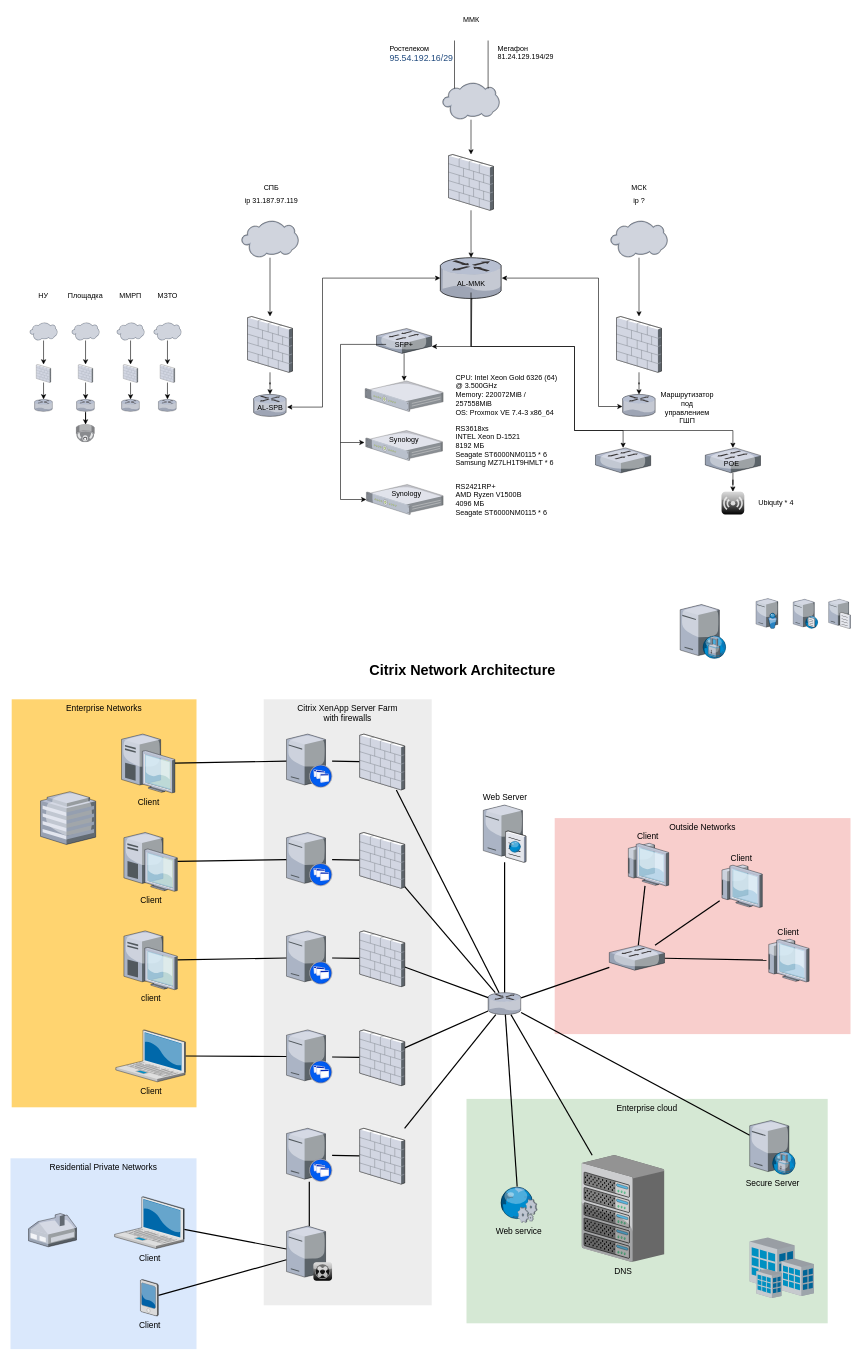
cmdrJaponamat/Stolyarovs_taskbook keeps this draw.io diagram as Диаграмма без названия.drawio. Above is the earlier version. Source tidied: cells renumbered, new cells numbered last; positions are measured from the earlier drawing's top-left corner, leaving out a move shared by most shapes. Both pictures are drawn from the tidied source at 60%, with x=0, y=0 at pixel (10, 10).
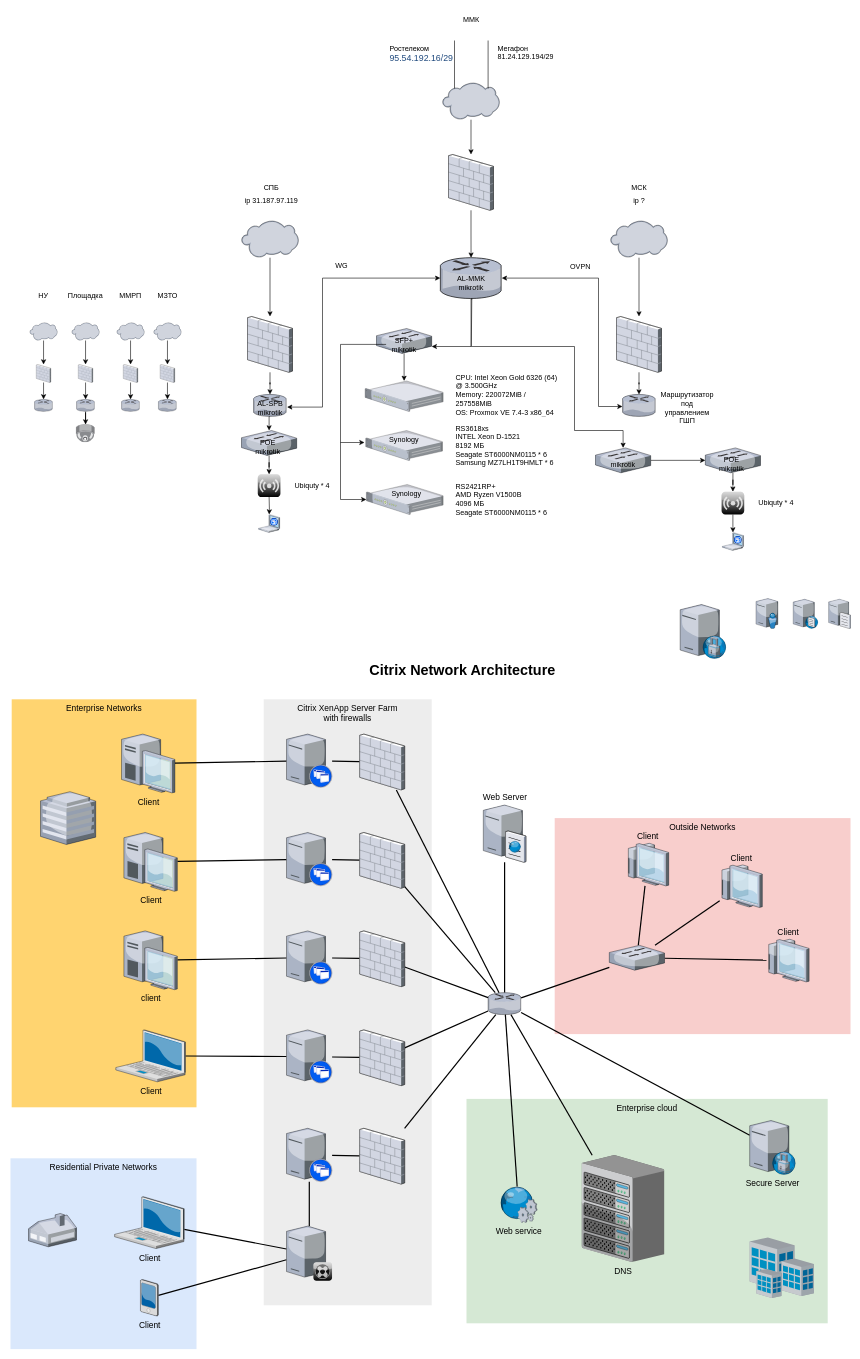
After the change.

The change refers to these unchanged cells:
```xml
<mxCell id="136" style="verticalLabelPosition=bottom;sketch=0;html=1;verticalAlign=top;strokeColor=none;align=center;outlineConnect=0;shape=mxgraph.citrix.switch;" parent="1" vertex="1">
  <mxGeometry x="975" y="729" width="92" height="41.5" as="geometry" />
</mxCell>
<mxCell id="137" style="verticalLabelPosition=bottom;sketch=0;html=1;verticalAlign=top;strokeColor=none;align=center;outlineConnect=0;shape=mxgraph.citrix.switch;" parent="1" vertex="1">
  <mxGeometry x="1158" y="729" width="92" height="41.5" as="geometry" />
</mxCell>
<mxCell id="139" style="verticalLabelPosition=bottom;sketch=0;html=1;verticalAlign=top;strokeColor=none;align=center;outlineConnect=0;shape=mxgraph.citrix.role_repeater;fillColor=#CCCCCC;gradientColor=#000000;gradientDirection=south;" parent="1" vertex="1">
  <mxGeometry x="1185" y="802" width="38" height="38" as="geometry" />
</mxCell>
```

What changed in the source:
```diff
@@
+    <mxCell id="143" style="edgeStyle=orthogonalEdgeStyle;rounded=0;jettySize=auto;html=1;exitX=0.5;exitY=1;exitDx=0;exitDy=0;" parent="1" edge="1" source="117" target="149">
+      <mxGeometry relative="1" as="geometry">
+        <Array as="points">
+          <mxPoint x="431" y="677" />
+        </Array>
+      </mxGeometry>
+    </mxCell>
@@
-    <mxCell id="113" style="edgeStyle=orthogonalEdgeStyle;rounded=0;jettySize=auto;html=1;" parent="1" edge="1" source="114" target="137">
-      <mxGeometry relative="1" as="geometry">
-        <Array as="points">
-          <mxPoint x="768" y="560" />
-          <mxPoint x="940" y="560" />
-          <mxPoint x="940" y="700" />
-          <mxPoint x="1204" y="700" />
-        </Array>
-      </mxGeometry>
-    </mxCell>
-    <mxCell id="114" value="AL-MMK" style="text;html=1;align=center;verticalAlign=middle;whiteSpace=wrap;rounded=0;" parent="1" vertex="1">
+    <mxCell id="114" value="&lt;div&gt;AL-MMK&lt;/div&gt;&lt;div&gt;mikrotik&lt;br&gt;&lt;/div&gt;" style="text;html=1;align=center;verticalAlign=middle;whiteSpace=wrap;rounded=0;" parent="1" vertex="1">
       <mxGeometry x="737.5" y="440" width="60" height="30" as="geometry" />
     </mxCell>
@@
-    <mxCell id="117" value="AL-SPB" style="text;html=1;align=center;verticalAlign=middle;whiteSpace=wrap;rounded=0;" parent="1" vertex="1">
+    <mxCell id="117" value="&lt;div&gt;AL-SPB&lt;/div&gt;&lt;div&gt;mikrotik&lt;/div&gt;" style="text;html=1;align=center;verticalAlign=middle;whiteSpace=wrap;rounded=0;" parent="1" vertex="1">
       <mxGeometry x="402.5" y="646.5" width="60" height="30" as="geometry" />
     </mxCell>
@@
-    <mxCell id="123" value="SFP+" style="text;html=1;align=center;verticalAlign=middle;whiteSpace=wrap;rounded=0;" parent="1" vertex="1">
+    <mxCell id="123" value="&lt;div&gt;SFP+&lt;/div&gt;&lt;div&gt;mikrotik&lt;/div&gt;" style="text;html=1;align=center;verticalAlign=middle;whiteSpace=wrap;rounded=0;" parent="1" vertex="1">
       <mxGeometry x="626" y="541.5" width="60" height="30" as="geometry" />
     </mxCell>
@@
+    <mxCell id="144" style="edgeStyle=orthogonalEdgeStyle;rounded=0;jettySize=auto;html=1;" parent="1" edge="1" source="136" target="137">
+      <mxGeometry relative="1" as="geometry" />
+    </mxCell>
@@
+    <mxCell id="145" style="edgeStyle=orthogonalEdgeStyle;rounded=0;jettySize=auto;html=1;" parent="1" edge="1" source="139" target="148">
+      <mxGeometry relative="1" as="geometry" />
+    </mxCell>
@@
-    <mxCell id="141" value="POE" style="text;html=1;align=center;verticalAlign=middle;whiteSpace=wrap;rounded=0;" parent="1" vertex="1">
+    <mxCell id="141" value="&lt;div&gt;POE&lt;/div&gt;mikrotik" style="text;html=1;align=center;verticalAlign=middle;whiteSpace=wrap;rounded=0;" parent="1" vertex="1">
       <mxGeometry x="1172" y="740.5" width="60" height="30" as="geometry" />
     </mxCell>
@@
+    <mxCell id="146" value="WG" style="text;html=1;align=center;verticalAlign=middle;whiteSpace=wrap;rounded=0;" parent="1" vertex="1">
+      <mxGeometry x="522" y="410" width="60" height="30" as="geometry" />
+    </mxCell>
+    <mxCell id="147" value="OVPN" style="text;html=1;align=center;verticalAlign=middle;whiteSpace=wrap;rounded=0;" parent="1" vertex="1">
+      <mxGeometry x="920" y="412" width="60" height="30" as="geometry" />
+    </mxCell>
+    <mxCell id="148" style="verticalLabelPosition=bottom;sketch=0;html=1;verticalAlign=top;strokeColor=none;align=center;outlineConnect=0;shape=mxgraph.citrix.xenclient;" parent="1" vertex="1">
+      <mxGeometry x="1186.3" y="870" width="35.5" height="30" as="geometry" />
+    </mxCell>
+    <mxCell id="149" style="verticalLabelPosition=bottom;sketch=0;html=1;verticalAlign=top;strokeColor=none;align=center;outlineConnect=0;shape=mxgraph.citrix.switch;" parent="1" vertex="1">
+      <mxGeometry x="385" y="700" width="92" height="41.5" as="geometry" />
+    </mxCell>
+    <mxCell id="150" style="verticalLabelPosition=bottom;sketch=0;html=1;verticalAlign=top;strokeColor=none;align=center;outlineConnect=0;shape=mxgraph.citrix.role_repeater;fillColor=#CCCCCC;gradientColor=#000000;gradientDirection=south;" parent="1" vertex="1">
+      <mxGeometry x="412" y="773" width="38" height="38" as="geometry" />
+    </mxCell>
+    <mxCell id="151" style="edgeStyle=orthogonalEdgeStyle;rounded=0;jettySize=auto;html=1;exitX=0.534;exitY=1.01;exitDx=0;exitDy=0;exitPerimeter=0;" parent="1" edge="1" source="152" target="150">
+      <mxGeometry relative="1" as="geometry" />
+    </mxCell>
+    <mxCell id="152" value="&lt;div&gt;POE&lt;/div&gt;mikrotik" style="text;html=1;align=center;verticalAlign=middle;whiteSpace=wrap;rounded=0;" parent="1" vertex="1">
+      <mxGeometry x="399" y="711.5" width="60" height="30" as="geometry" />
+    </mxCell>
+    <mxCell id="153" value="Ubiquty * 4" style="text;html=1;align=center;verticalAlign=middle;whiteSpace=wrap;rounded=0;" parent="1" vertex="1">
+      <mxGeometry x="469.4" y="777" width="67.6" height="30" as="geometry" />
+    </mxCell>
+    <mxCell id="154" style="edgeStyle=orthogonalEdgeStyle;rounded=0;jettySize=auto;html=1;" parent="1" edge="1" target="155">
+      <mxGeometry relative="1" as="geometry">
+        <mxPoint x="431" y="810" as="sourcePoint" />
+      </mxGeometry>
+    </mxCell>
+    <mxCell id="155" style="verticalLabelPosition=bottom;sketch=0;html=1;verticalAlign=top;strokeColor=none;align=center;outlineConnect=0;shape=mxgraph.citrix.xenclient;" parent="1" vertex="1">
+      <mxGeometry x="413.3" y="840" width="35.5" height="30" as="geometry" />
+    </mxCell>
+    <mxCell id="156" value="mikrotik" style="text;html=1;align=center;verticalAlign=middle;whiteSpace=wrap;rounded=0;" parent="1" vertex="1">
+      <mxGeometry x="991" y="741.5" width="60" height="30" as="geometry" />
+    </mxCell>
```
